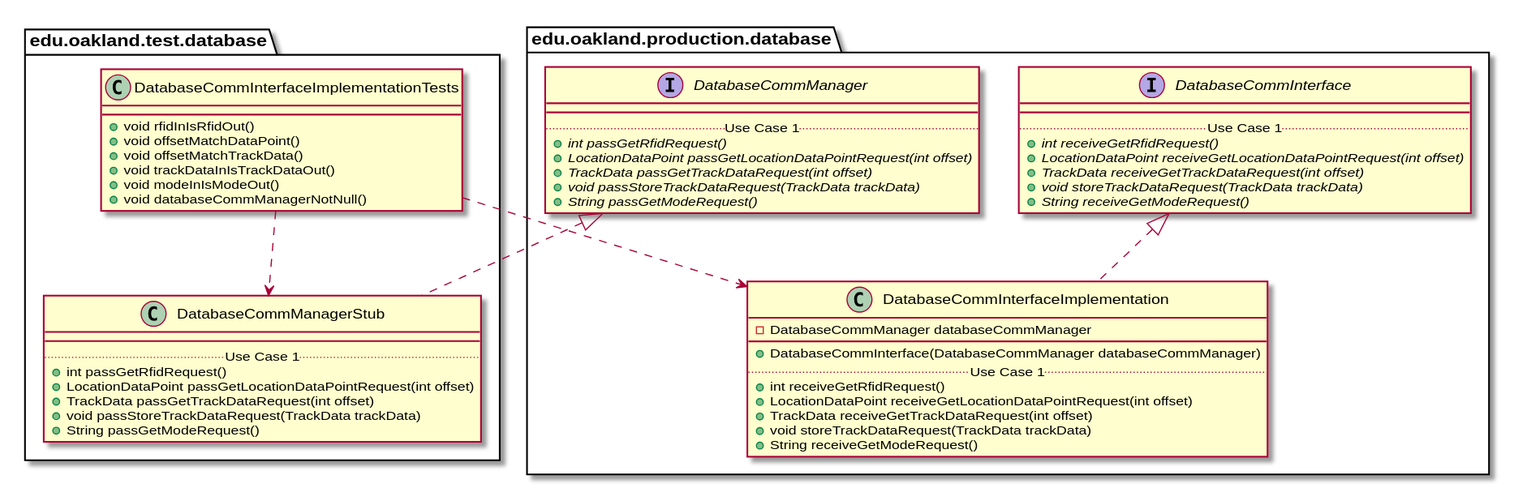
Before: docs/uml-class-diagrams/database/test/DatabaseCommInterfaceImplementationTests/DatabaseCommInterfaceImplementationTests_Closure.svg, a diagram exported from PlantUML (andrewdimmer/csi-3370-software-project).
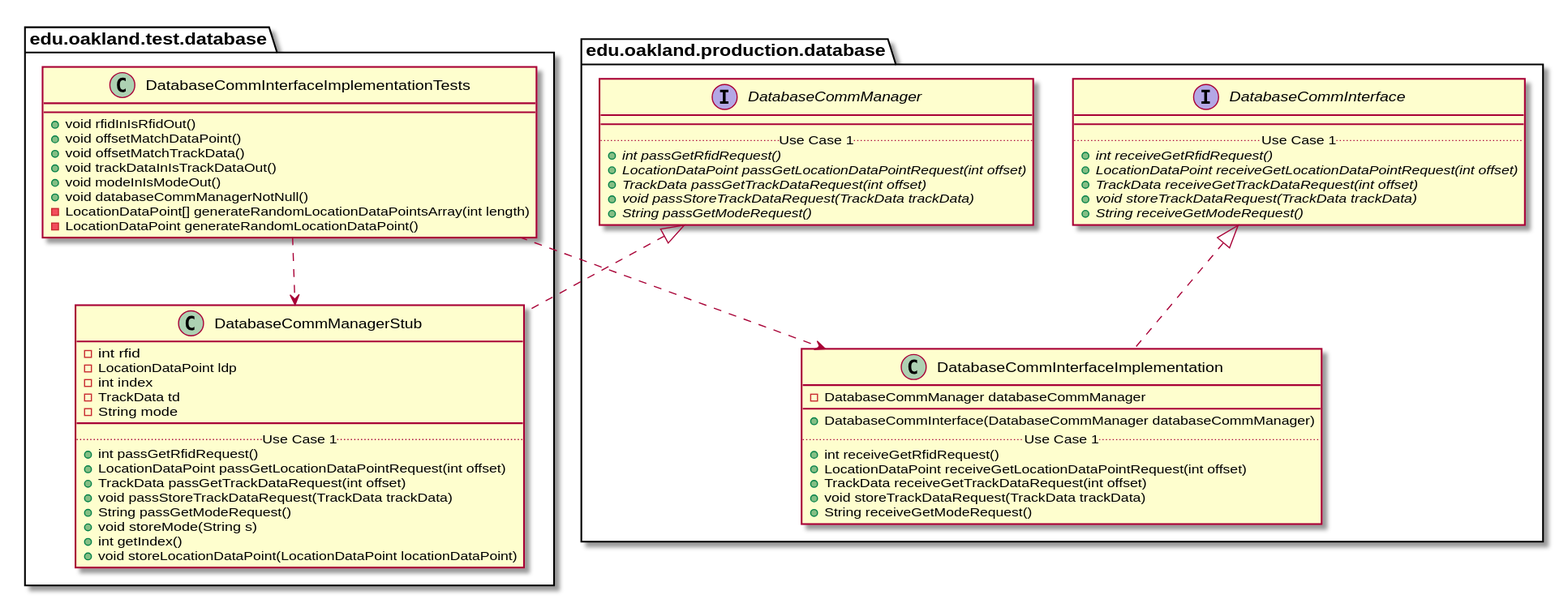
Above is the later version.

What changed in the source:
```diff
@@ -9,6 +9,8 @@
         + void trackDataInIsTrackDataOut()
         + void modeInIsModeOut()
         + void databaseCommManagerNotNull()
+        - LocationDataPoint[] generateRandomLocationDataPointsArray(int length)
+        - LocationDataPoint generateRandomLocationDataPoint()
     }
 }
 
@@ -17,6 +19,11 @@
 
 package edu.oakland.test.database {
     class DatabaseCommManagerStub {
+        - int rfid
+        - LocationDataPoint ldp
+        - int index
+        - TrackData td
+        - String mode
         __
         .. Use Case 1 ..
         + int passGetRfidRequest()
@@ -24,6 +31,9 @@
         + TrackData passGetTrackDataRequest(int offset)
         + void passStoreTrackDataRequest(TrackData trackData)
         + String passGetModeRequest()
+        + void storeMode(String s)
+        + int getIndex()
+        + void storeLocationDataPoint(LocationDataPoint locationDataPoint)
     }
 }
 
```
